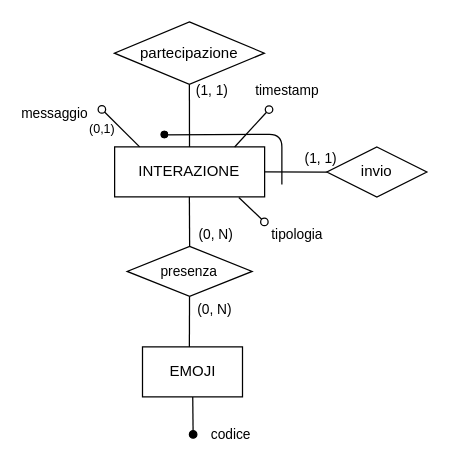
This is Progetto Esame - DBSperimentazioni A.A. 2023-2024/Diagrammi/generalizzazioni/2.3.2.3_gen_3b.drawio from Mattron2000/Basi_di_dati, a draw.io file, before an edit. Source tidied: cells renumbered, new cells numbered last; positions are measured from the earlier drawing's top-left corner, leaving out a move shared by most shapes. Both pictures are drawn from the tidied source at 125%, with x=0, y=0 at pixel (76, 21).
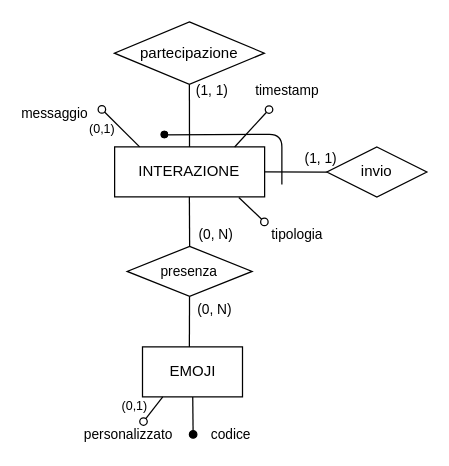
After the change.

Diff of the diagram source:
```diff
@@
+    <mxCell id="25" style="edgeStyle=none;shape=connector;rounded=1;fillStyle=auto;html=1;labelBackgroundColor=default;strokeColor=default;strokeWidth=1;fontFamily=Helvetica;fontSize=11;fontColor=default;endArrow=none;endFill=0;startSize=6;endSize=6;fillColor=#000000;startArrow=oval;startFill=0;entryX=0.213;entryY=0.998;entryDx=0;entryDy=0;entryPerimeter=0;" parent="1" edge="1">
+      <mxGeometry relative="1" as="geometry">
+        <mxPoint x="53.3" y="319.7" as="sourcePoint" />
+        <mxPoint x="68.7" y="300" as="targetPoint" />
+      </mxGeometry>
+    </mxCell>
+    <mxCell id="26" value="personalizzato" style="edgeLabel;html=1;align=center;verticalAlign=middle;fontSize=11;fontFamily=Helvetica;fontColor=default;" parent="25" vertex="1">
+      <mxGeometry x="-0.26" y="1" relative="1" as="geometry">
+        <mxPoint x="-18" y="18" as="offset" />
+      </mxGeometry>
+    </mxCell>
+    <mxCell id="27" value="&lt;font style=&quot;font-size: 10px;&quot;&gt;(0,1)&lt;/font&gt;" style="text;html=1;align=center;verticalAlign=middle;strokeColor=none;fillColor=none;" parent="1" vertex="1">
+      <mxGeometry x="26" y="294" width="39" height="26" as="geometry" />
+    </mxCell>
```
